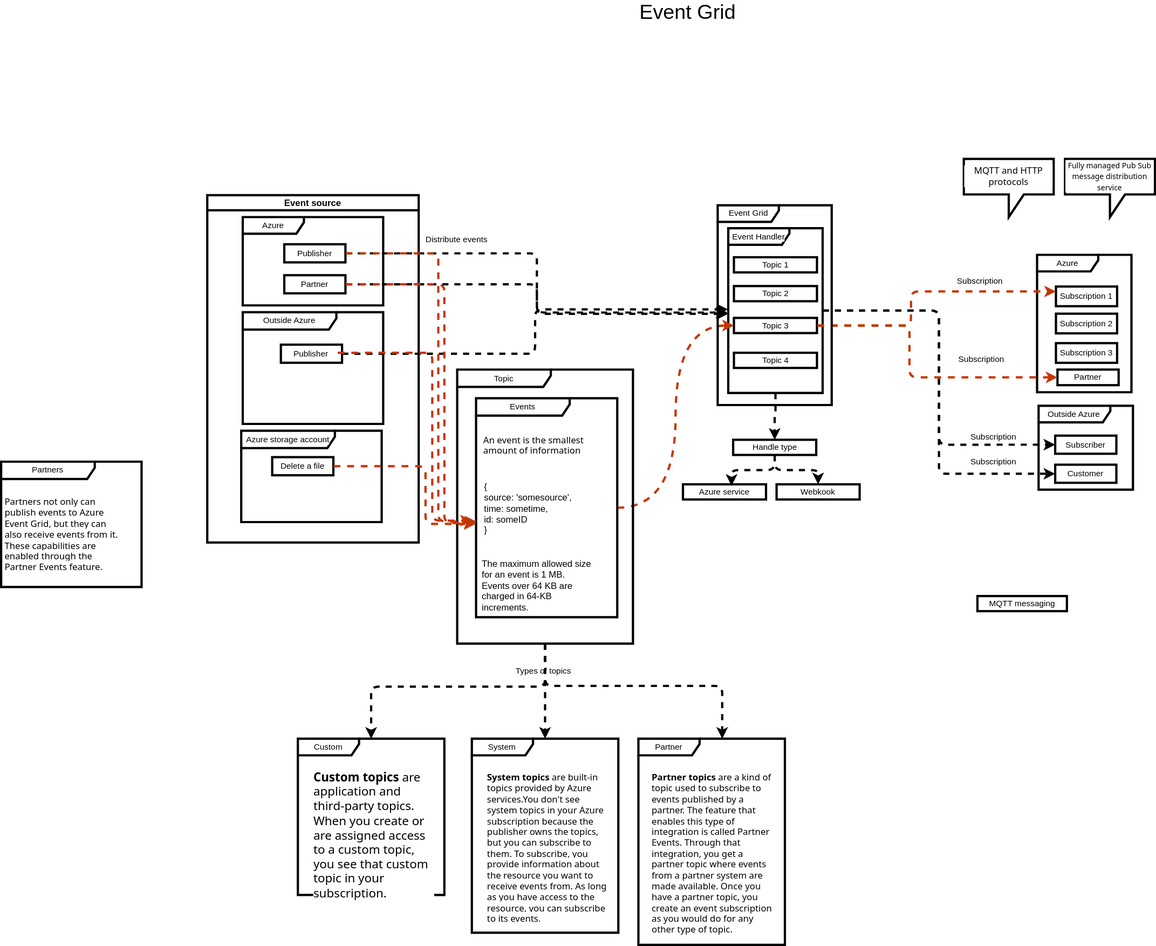
This is azure/fundamentals/event-grid.drawio.svg from sunnybharne/draw.io, a draw.io export, as it was before one commit. Source tidied: cells renumbered, new cells last; positions are measured from the earlier drawing's top-left corner, leaving out a move shared by most shapes.
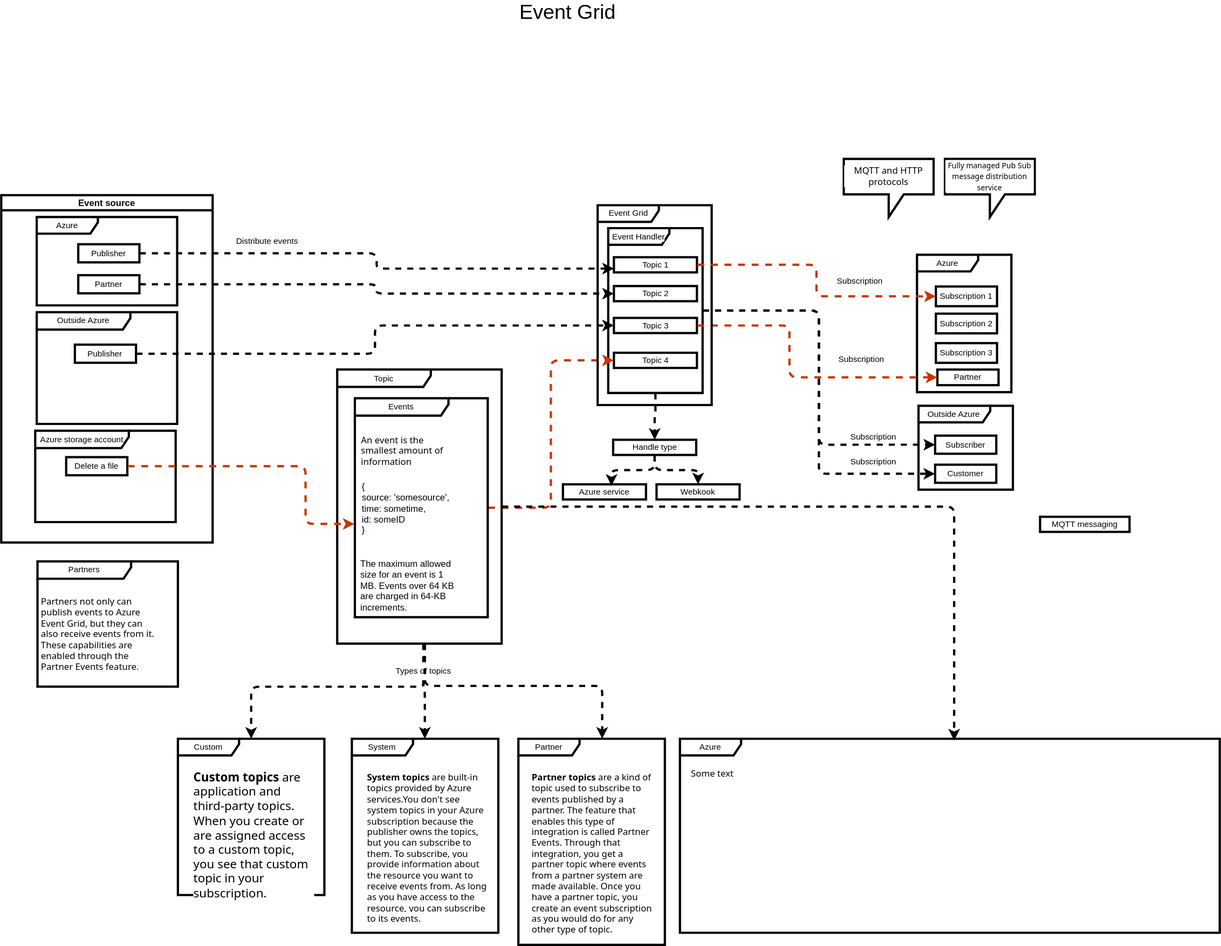
The same diagram one commit later.

Diff of the diagram source:
```diff
@@ -9,7 +9,7 @@
       <mxGeometry relative="1" as="geometry" />
     </mxCell>
     <mxCell id="4" value="Distribute events" style="edgeLabel;html=1;align=center;verticalAlign=middle;strokeColor=default;strokeWidth=3;fontFamily=Helvetica;fontSize=11;fontColor=default;labelBackgroundColor=default;fillColor=default;" parent="1" vertex="1">
-      <mxGeometry x="602" y="315" as="geometry" />
+      <mxGeometry x="510" y="317" as="geometry" />
     </mxCell>
     <mxCell id="5" value="&lt;span style=&quot;caret-color: rgb(230, 230, 230); font-family: &amp;quot;Segoe UI&amp;quot;, SegoeUI, &amp;quot;Helvetica Neue&amp;quot;, Helvetica, Arial, sans-serif; text-align: left;&quot;&gt;&lt;font style=&quot;font-size: 10px;&quot;&gt;Fully managed Pub Sub message distribution service&lt;/font&gt;&lt;/span&gt;" style="shape=callout;whiteSpace=wrap;html=1;perimeter=calloutPerimeter;strokeColor=default;strokeWidth=3;align=center;verticalAlign=middle;fontFamily=Helvetica;fontSize=11;fontColor=default;labelBackgroundColor=default;fillColor=default;" parent="1" vertex="1">
       <mxGeometry x="1409" y="209" width="119" height="77" as="geometry" />
@@ -18,19 +18,10 @@
       <mxGeometry x="1275" y="209" width="119" height="77" as="geometry" />
     </mxCell>
     <mxCell id="7" value="MQTT messaging" style="html=1;whiteSpace=wrap;fontFamily=Helvetica;fontSize=11;fontColor=default;labelBackgroundColor=default;strokeWidth=3;" parent="1" vertex="1">
-      <mxGeometry x="1293" y="788" width="118.5" height="20" as="geometry" />
+      <mxGeometry x="1535" y="683" width="118.5" height="20" as="geometry" />
     </mxCell>
-    <mxCell id="8" style="edgeStyle=orthogonalEdgeStyle;shape=connector;curved=0;rounded=1;jettySize=auto;html=1;entryX=-0.001;entryY=0.52;entryDx=0;entryDy=0;entryPerimeter=0;strokeColor=default;strokeWidth=3;align=center;verticalAlign=middle;fontFamily=Helvetica;fontSize=11;fontColor=default;labelBackgroundColor=default;endArrow=classic;flowAnimation=1;" parent="1" edge="1" source="16" target="23">
-      <mxGeometry relative="1" as="geometry" />
-    </mxCell>
-    <mxCell id="9" style="edgeStyle=orthogonalEdgeStyle;shape=connector;curved=0;rounded=1;jettySize=auto;html=1;entryX=-0.009;entryY=0.512;entryDx=0;entryDy=0;entryPerimeter=0;strokeColor=default;strokeWidth=3;align=center;verticalAlign=middle;fontFamily=Helvetica;fontSize=11;fontColor=default;labelBackgroundColor=default;endArrow=classic;flowAnimation=1;" parent="1" edge="1" source="17" target="23">
-      <mxGeometry relative="1" as="geometry" />
-    </mxCell>
-    <mxCell id="10" style="edgeStyle=orthogonalEdgeStyle;shape=connector;curved=0;rounded=1;jettySize=auto;html=1;entryX=-0.002;entryY=0.493;entryDx=0;entryDy=0;entryPerimeter=0;strokeColor=default;strokeWidth=3;align=center;verticalAlign=middle;fontFamily=Helvetica;fontSize=11;fontColor=default;labelBackgroundColor=default;endArrow=classic;flowAnimation=1;" parent="1" edge="1" source="19" target="23">
-      <mxGeometry relative="1" as="geometry" />
-    </mxCell>
     <mxCell id="11" style="group;" parent="1" vertex="1">
-      <mxGeometry y="610" width="186" height="166" as="geometry" />
+      <mxGeometry x="207" y="742" width="186" height="166" as="geometry" />
     </mxCell>
     <mxCell id="12" value="Partners" style="shape=umlFrame;whiteSpace=wrap;html=1;fontFamily=Helvetica;fontSize=11;fontColor=default;labelBackgroundColor=default;strokeWidth=3;width=124;height=23;" parent="11" vertex="1">
       <mxGeometry width="186" height="166" as="geometry" />
@@ -39,7 +30,7 @@
       <mxGeometry x="3" y="40" width="162" height="112" as="geometry" />
     </mxCell>
     <mxCell id="14" value="Event source" style="swimlane;startSize=20;horizontal=1;horizontalTree=0;sortEdges=1;containerType=tree;fontSize=12;strokeWidth=3;" parent="1" vertex="1">
-      <mxGeometry x="273" y="257" width="280" height="460" as="geometry" />
+      <mxGeometry x="159" y="257" width="280" height="460" as="geometry" />
     </mxCell>
     <mxCell id="15" value="Azure" style="shape=umlFrame;whiteSpace=wrap;html=1;fontFamily=Helvetica;fontSize=11;fontColor=default;labelBackgroundColor=default;strokeWidth=3;width=81;height=22;" parent="14" vertex="1">
       <mxGeometry x="47" y="29" width="186" height="117" as="geometry" />
@@ -110,32 +101,32 @@
     <mxCell id="37" value="Customer" style="rounded=0;whiteSpace=wrap;html=1;fontFamily=Helvetica;fontSize=11;fontColor=default;labelBackgroundColor=default;strokeWidth=3;" parent="34" vertex="1">
       <mxGeometry x="22" y="71" width="81" height="24" as="geometry" />
     </mxCell>
-    <mxCell id="38" style="edgeStyle=orthogonalEdgeStyle;shape=connector;curved=1;rounded=0;jettySize=auto;html=1;entryX=0;entryY=0.5;entryDx=0;entryDy=0;dashed=1;strokeColor=#C73500;strokeWidth=3;align=center;verticalAlign=top;fontFamily=Helvetica;fontSize=11;fontColor=default;labelBackgroundColor=default;elbow=vertical;endArrow=classic;flowAnimation=1;fillColor=#fa6800;" parent="1" edge="1" source="41" target="26">
+    <mxCell id="38" style="edgeStyle=orthogonalEdgeStyle;shape=connector;curved=0;rounded=1;jettySize=auto;html=1;entryX=0;entryY=0.5;entryDx=0;entryDy=0;dashed=1;strokeColor=#C73500;strokeWidth=3;align=center;verticalAlign=top;fontFamily=Helvetica;fontSize=11;fontColor=default;labelBackgroundColor=default;elbow=vertical;endArrow=classic;flowAnimation=1;fillColor=#fa6800;" parent="1" edge="1" source="41" target="27">
       <mxGeometry relative="1" as="geometry" />
     </mxCell>
     <mxCell id="39" style="group;" parent="1" vertex="1">
-      <mxGeometry x="604" y="488" width="249" height="363" as="geometry" />
+      <mxGeometry x="604" y="488" width="233" height="363" as="geometry" />
     </mxCell>
     <mxCell id="40" style="group;" parent="39" vertex="1">
-      <mxGeometry x="25" y="38" width="200" height="290" as="geometry" />
+      <mxGeometry x="23.4" y="38" width="179" height="290" as="geometry" />
     </mxCell>
     <mxCell id="41" value="Events" style="shape=umlFrame;whiteSpace=wrap;html=1;fontFamily=Helvetica;fontSize=11;fontColor=default;labelBackgroundColor=default;strokeWidth=3;width=124;height=23;" parent="40" vertex="1">
-      <mxGeometry width="187" height="290" as="geometry" />
+      <mxGeometry width="176" height="290" as="geometry" />
     </mxCell>
     <mxCell id="42" value="&lt;p style=&quot;box-sizing: inherit; outline-color: inherit; margin: 1rem 0px 0px; padding: 0px; overflow-wrap: break-word; caret-color: rgb(230, 230, 230); font-family: &amp;quot;Segoe UI&amp;quot;, SegoeUI, &amp;quot;Helvetica Neue&amp;quot;, Helvetica, Arial, sans-serif; font-size: 12px;&quot;&gt;&lt;font style=&quot;font-size: 12px;&quot;&gt;An event is the smallest amount of information&amp;nbsp;&lt;/font&gt;&lt;/p&gt;&lt;p style=&quot;font-size: 12px; box-sizing: inherit; outline-color: inherit; margin: 1rem 0px 0px; padding: 0px; overflow-wrap: break-word; caret-color: rgb(230, 230, 230); font-family: &amp;quot;Segoe UI&amp;quot;, SegoeUI, &amp;quot;Helvetica Neue&amp;quot;, Helvetica, Arial, sans-serif;&quot;&gt;&lt;br&gt;&lt;/p&gt;" style="text;whiteSpace=wrap;html=1;fontFamily=Helvetica;fontSize=11;fontColor=default;labelBackgroundColor=default;" parent="40" vertex="1">
-      <mxGeometry x="7.5" y="26.2" width="137" height="45.8" as="geometry" />
+      <mxGeometry x="6.5" y="26.2" width="117.9" height="45.8" as="geometry" />
     </mxCell>
     <mxCell id="43" value="&lt;div style=&quot;font-size: 12px;&quot;&gt;&lt;font style=&quot;font-size: 12px;&quot;&gt;&lt;br&gt;&lt;/font&gt;&lt;/div&gt;&lt;font style=&quot;font-size: 12px;&quot;&gt;{&lt;/font&gt;&lt;div style=&quot;font-size: 12px;&quot;&gt;&lt;font style=&quot;font-size: 12px;&quot;&gt;source: 'somesource',&lt;/font&gt;&lt;/div&gt;&lt;div style=&quot;font-size: 12px;&quot;&gt;&lt;font style=&quot;font-size: 12px;&quot;&gt;time: sometime,&lt;/font&gt;&lt;/div&gt;&lt;div style=&quot;font-size: 12px;&quot;&gt;&lt;font style=&quot;font-size: 12px;&quot;&gt;id: someID&lt;br&gt;&lt;/font&gt;&lt;div&gt;&lt;font style=&quot;font-size: 12px;&quot;&gt;}&lt;/font&gt;&lt;/div&gt;&lt;/div&gt;" style="text;html=1;align=left;verticalAlign=middle;strokeColor=none;fillColor=none;fontFamily=Helvetica;fontSize=11;fontColor=default;labelBackgroundColor=default;" parent="40" vertex="1">
-      <mxGeometry x="9" y="91" width="134" height="96" as="geometry" />
+      <mxGeometry x="7.7" y="91" width="134" height="96" as="geometry" />
     </mxCell>
     <mxCell id="44" value="&lt;span style=&quot;caret-color: rgb(230, 230, 230); background-color: rgb(255, 255, 255);&quot;&gt;&lt;font face=&quot;Helvetica&quot; style=&quot;font-size: 12px;&quot;&gt;The maximum allowed size for an event is 1 MB. Events over 64 KB are charged in 64-KB increments.&lt;/font&gt;&lt;/span&gt;" style="text;whiteSpace=wrap;html=1;fontFamily=Helvetica;fontSize=11;fontColor=default;labelBackgroundColor=default;" parent="40" vertex="1">
-      <mxGeometry x="6" y="205.9" width="151" height="60.7" as="geometry" />
+      <mxGeometry x="5.2" y="205.9" width="130" height="60.7" as="geometry" />
     </mxCell>
     <mxCell id="45" style="group;" parent="39" vertex="1">
-      <mxGeometry width="249" height="363" as="geometry" />
+      <mxGeometry width="233" height="363" as="geometry" />
     </mxCell>
     <mxCell id="46" value="Topic" style="shape=umlFrame;whiteSpace=wrap;html=1;fontFamily=Helvetica;fontSize=11;fontColor=default;labelBackgroundColor=default;strokeWidth=3;width=124;height=23;" parent="45" vertex="1">
-      <mxGeometry width="232.8" height="363" as="geometry" />
+      <mxGeometry width="217.9" height="363" as="geometry" />
     </mxCell>
     <mxCell id="47" style="edgeStyle=orthogonalEdgeStyle;shape=connector;rounded=1;jettySize=auto;html=1;dashed=1;strokeColor=#C73500;strokeWidth=3;align=center;verticalAlign=top;fontFamily=Helvetica;fontSize=11;fontColor=default;labelBackgroundColor=default;elbow=vertical;endArrow=classic;flowAnimation=1;fillColor=#fa6800;curved=0;entryX=0;entryY=0.5;entryDx=0;entryDy=0;" parent="1" edge="1" source="26" target="31">
       <mxGeometry relative="1" as="geometry">
@@ -145,14 +136,6 @@
         </Array>
       </mxGeometry>
     </mxCell>
-    <mxCell id="48" style="edgeStyle=orthogonalEdgeStyle;shape=connector;curved=0;rounded=1;jettySize=auto;html=1;entryX=0;entryY=0.25;entryDx=0;entryDy=0;dashed=1;strokeColor=#C73500;strokeWidth=3;align=center;verticalAlign=top;fontFamily=Helvetica;fontSize=11;fontColor=default;labelBackgroundColor=default;elbow=vertical;endArrow=classic;flowAnimation=1;fillColor=#fa6800;" parent="1" edge="1" source="26" target="30">
-      <mxGeometry relative="1" as="geometry">
-        <Array as="points">
-          <mxPoint x="1205" y="430" />
-          <mxPoint x="1205" y="384" />
-        </Array>
-      </mxGeometry>
-    </mxCell>
     <mxCell id="49" value="&lt;span style=&quot;background-color: rgb(255, 255, 255); font-size: 12px;&quot;&gt;&lt;font style=&quot;font-size: 12px;&quot;&gt;&lt;strong style=&quot;box-sizing: inherit; outline-color: inherit; caret-color: rgb(230, 230, 230); font-family: &amp;quot;Segoe UI&amp;quot;, SegoeUI, &amp;quot;Helvetica Neue&amp;quot;, Helvetica, Arial, sans-serif;&quot;&gt;System topics&lt;/strong&gt;&lt;span style=&quot;caret-color: rgb(230, 230, 230); font-family: &amp;quot;Segoe UI&amp;quot;, SegoeUI, &amp;quot;Helvetica Neue&amp;quot;, Helvetica, Arial, sans-serif;&quot;&gt;&amp;nbsp;are built-in topics provided by Azure services.&lt;/span&gt;&lt;/font&gt;&lt;span style=&quot;caret-color: rgb(230, 230, 230); font-family: &amp;quot;Segoe UI&amp;quot;, SegoeUI, &amp;quot;Helvetica Neue&amp;quot;, Helvetica, Arial, sans-serif;&quot;&gt;You don't see system topics in your Azure subscription because the publisher owns the topics, but you can subscribe to them.&amp;nbsp;&lt;/span&gt;&lt;/span&gt;&lt;span style=&quot;caret-color: rgb(230, 230, 230); font-family: &amp;quot;Segoe UI&amp;quot;, SegoeUI, &amp;quot;Helvetica Neue&amp;quot;, Helvetica, Arial, sans-serif; font-size: 12px; background-color: rgb(255, 255, 255);&quot;&gt;&lt;font style=&quot;font-size: 12px;&quot;&gt;To subscribe, you provide information about the resource you want to receive events from. As long as you have access to the resource, you can subscribe to its events.&lt;/font&gt;&lt;/span&gt;" style="text;whiteSpace=wrap;html=1;fontFamily=Helvetica;fontSize=11;fontColor=default;labelBackgroundColor=default;" parent="1" vertex="1">
       <mxGeometry x="642" y="1014.5" width="162" height="207.5" as="geometry" />
     </mxCell>
@@ -172,7 +155,12 @@
       <mxGeometry x="844" y="977" width="194" height="273" as="geometry" />
     </mxCell>
     <mxCell id="55" style="edgeStyle=orthogonalEdgeStyle;shape=connector;curved=0;rounded=1;jettySize=auto;html=1;strokeColor=default;strokeWidth=3;align=center;verticalAlign=middle;fontFamily=Helvetica;fontSize=11;fontColor=default;labelBackgroundColor=default;endArrow=classic;flowAnimation=1;" parent="1" edge="1" source="46" target="52">
-      <mxGeometry relative="1" as="geometry" />
+      <mxGeometry relative="1" as="geometry">
+        <Array as="points">
+          <mxPoint x="718" y="914" />
+          <mxPoint x="720" y="914" />
+        </Array>
+      </mxGeometry>
     </mxCell>
     <mxCell id="56" style="edgeStyle=orthogonalEdgeStyle;shape=connector;curved=0;rounded=1;jettySize=auto;html=1;strokeColor=default;strokeWidth=3;align=center;verticalAlign=middle;fontFamily=Helvetica;fontSize=11;fontColor=default;labelBackgroundColor=default;endArrow=classic;flowAnimation=1;" parent="1" edge="1" source="46" target="54">
       <mxGeometry relative="1" as="geometry">
@@ -229,32 +217,6 @@
     <mxCell id="70" style="edgeStyle=orthogonalEdgeStyle;shape=connector;curved=0;rounded=1;jettySize=auto;html=1;entryX=0.585;entryY=0.097;entryDx=0;entryDy=0;entryPerimeter=0;strokeColor=default;strokeWidth=3;align=center;verticalAlign=middle;fontFamily=Helvetica;fontSize=11;fontColor=default;labelBackgroundColor=default;endArrow=classic;flowAnimation=1;" parent="1" edge="1" source="66" target="68">
       <mxGeometry relative="1" as="geometry" />
     </mxCell>
-    <mxCell id="71" style="edgeStyle=orthogonalEdgeStyle;shape=connector;curved=0;rounded=1;jettySize=auto;html=1;entryX=0.002;entryY=0.563;entryDx=0;entryDy=0;entryPerimeter=0;strokeColor=#C73500;strokeWidth=3;align=center;verticalAlign=top;fontFamily=Helvetica;fontSize=11;fontColor=default;labelBackgroundColor=default;endArrow=classic;flowAnimation=1;dashed=1;elbow=vertical;fillColor=#fa6800;" parent="1" edge="1" source="16" target="41">
-      <mxGeometry relative="1" as="geometry">
-        <Array as="points">
-          <mxPoint x="579" y="334" />
-          <mxPoint x="579" y="689" />
-        </Array>
-      </mxGeometry>
-    </mxCell>
-    <mxCell id="72" style="edgeStyle=orthogonalEdgeStyle;shape=connector;curved=0;rounded=1;jettySize=auto;html=1;entryX=-0.003;entryY=0.57;entryDx=0;entryDy=0;entryPerimeter=0;strokeColor=#C73500;strokeWidth=3;align=center;verticalAlign=top;fontFamily=Helvetica;fontSize=11;fontColor=default;labelBackgroundColor=default;endArrow=classic;flowAnimation=1;dashed=1;elbow=vertical;fillColor=#fa6800;" parent="1" edge="1" source="17" target="41">
-      <mxGeometry relative="1" as="geometry">
-        <Array as="points">
-          <mxPoint x="587" y="375" />
-          <mxPoint x="587" y="691" />
-        </Array>
-      </mxGeometry>
-    </mxCell>
-    <mxCell id="73" style="edgeStyle=orthogonalEdgeStyle;shape=connector;curved=0;rounded=1;orthogonalLoop=1;jettySize=auto;html=1;entryX=0.002;entryY=0.563;entryDx=0;entryDy=0;entryPerimeter=0;strokeColor=#C73500;strokeWidth=3;align=center;verticalAlign=top;fontFamily=Helvetica;fontSize=11;fontColor=default;labelBackgroundColor=default;endArrow=classic;flowAnimation=1;dashed=1;elbow=vertical;fillColor=#fa6800;" parent="1" edge="1">
-      <mxGeometry relative="1" as="geometry">
-        <mxPoint x="445.5" y="465.8" as="sourcePoint" />
-        <mxPoint x="623.4" y="688.1" as="targetPoint" />
-        <Array as="points">
-          <mxPoint x="571" y="465.8" />
-          <mxPoint x="571" y="687.8" />
-        </Array>
-      </mxGeometry>
-    </mxCell>
     <mxCell id="74" style="edgeStyle=orthogonalEdgeStyle;shape=connector;curved=0;rounded=1;jettySize=auto;html=1;entryX=-0.003;entryY=0.574;entryDx=0;entryDy=0;entryPerimeter=0;strokeColor=#C73500;strokeWidth=3;align=center;verticalAlign=top;fontFamily=Helvetica;fontSize=11;fontColor=default;labelBackgroundColor=default;endArrow=classic;flowAnimation=1;dashed=1;elbow=vertical;fillColor=#fa6800;" parent="1" edge="1" source="21" target="41">
       <mxGeometry relative="1" as="geometry">
         <Array as="points">
@@ -266,5 +228,26 @@
     <mxCell id="75" value="&lt;font style=&quot;font-size: 27px;&quot;&gt;Event Grid&lt;/font&gt;" style="text;html=1;align=center;verticalAlign=middle;whiteSpace=wrap;rounded=0;fontFamily=Helvetica;fontSize=11;fontColor=default;labelBackgroundColor=default;" parent="1" vertex="1">
       <mxGeometry x="828" width="163" height="30" as="geometry" />
     </mxCell>
+    <mxCell id="76" value="&lt;font face=&quot;Segoe UI, SegoeUI, Helvetica Neue, Helvetica, Arial, sans-serif&quot;&gt;&lt;span style=&quot;caret-color: rgb(230, 230, 230); font-size: 12px;&quot;&gt;Some text&lt;/span&gt;&lt;/font&gt;" style="text;whiteSpace=wrap;html=1;fontFamily=Helvetica;fontSize=11;fontColor=default;labelBackgroundColor=default;" parent="1" vertex="1">
+      <mxGeometry x="1071" y="1010" width="687" height="203" as="geometry" />
+    </mxCell>
+    <mxCell id="77" value="Azure" style="shape=umlFrame;whiteSpace=wrap;html=1;fontFamily=Helvetica;fontSize=11;fontColor=default;labelBackgroundColor=default;strokeWidth=3;width=81;height=22;strokeColor=default;align=center;verticalAlign=middle;fillColor=default;" parent="1" vertex="1">
+      <mxGeometry x="1058" y="977" width="715" height="257" as="geometry" />
+    </mxCell>
+    <mxCell id="78" style="edgeStyle=orthogonalEdgeStyle;shape=connector;curved=0;rounded=1;jettySize=auto;html=1;entryX=0.508;entryY=0.009;entryDx=0;entryDy=0;entryPerimeter=0;strokeColor=default;strokeWidth=3;align=center;verticalAlign=middle;fontFamily=Helvetica;fontSize=11;fontColor=default;labelBackgroundColor=default;endArrow=classic;flowAnimation=1;" parent="1" edge="1" source="46" target="77">
+      <mxGeometry relative="1" as="geometry" />
+    </mxCell>
+    <mxCell id="79" style="edgeStyle=orthogonalEdgeStyle;shape=connector;curved=0;rounded=1;jettySize=auto;html=1;entryX=0;entryY=0.5;entryDx=0;entryDy=0;strokeColor=#C73500;strokeWidth=3;align=center;verticalAlign=top;fontFamily=Helvetica;fontSize=11;fontColor=default;labelBackgroundColor=default;endArrow=classic;flowAnimation=1;dashed=1;elbow=vertical;fillColor=#fa6800;" parent="1" edge="1" source="24" target="30">
+      <mxGeometry relative="1" as="geometry" />
+    </mxCell>
+    <mxCell id="80" style="edgeStyle=orthogonalEdgeStyle;shape=connector;curved=0;rounded=1;jettySize=auto;html=1;entryX=0;entryY=0.75;entryDx=0;entryDy=0;strokeColor=default;strokeWidth=3;align=center;verticalAlign=middle;fontFamily=Helvetica;fontSize=11;fontColor=default;labelBackgroundColor=default;endArrow=classic;flowAnimation=1;" parent="1" edge="1" source="16" target="24">
+      <mxGeometry relative="1" as="geometry" />
+    </mxCell>
+    <mxCell id="81" style="edgeStyle=orthogonalEdgeStyle;shape=connector;curved=0;rounded=1;jettySize=auto;html=1;entryX=0;entryY=0.5;entryDx=0;entryDy=0;strokeColor=default;strokeWidth=3;align=center;verticalAlign=middle;fontFamily=Helvetica;fontSize=11;fontColor=default;labelBackgroundColor=default;endArrow=classic;flowAnimation=1;" parent="1" edge="1" source="17" target="25">
+      <mxGeometry relative="1" as="geometry" />
+    </mxCell>
+    <mxCell id="82" style="edgeStyle=orthogonalEdgeStyle;shape=connector;curved=0;rounded=1;jettySize=auto;html=1;entryX=0;entryY=0.5;entryDx=0;entryDy=0;strokeColor=default;strokeWidth=3;align=center;verticalAlign=middle;fontFamily=Helvetica;fontSize=11;fontColor=default;labelBackgroundColor=default;endArrow=classic;flowAnimation=1;" parent="1" edge="1" source="19" target="26">
+      <mxGeometry relative="1" as="geometry" />
+    </mxCell>
   </root>
 </mxGraphModel>
```
